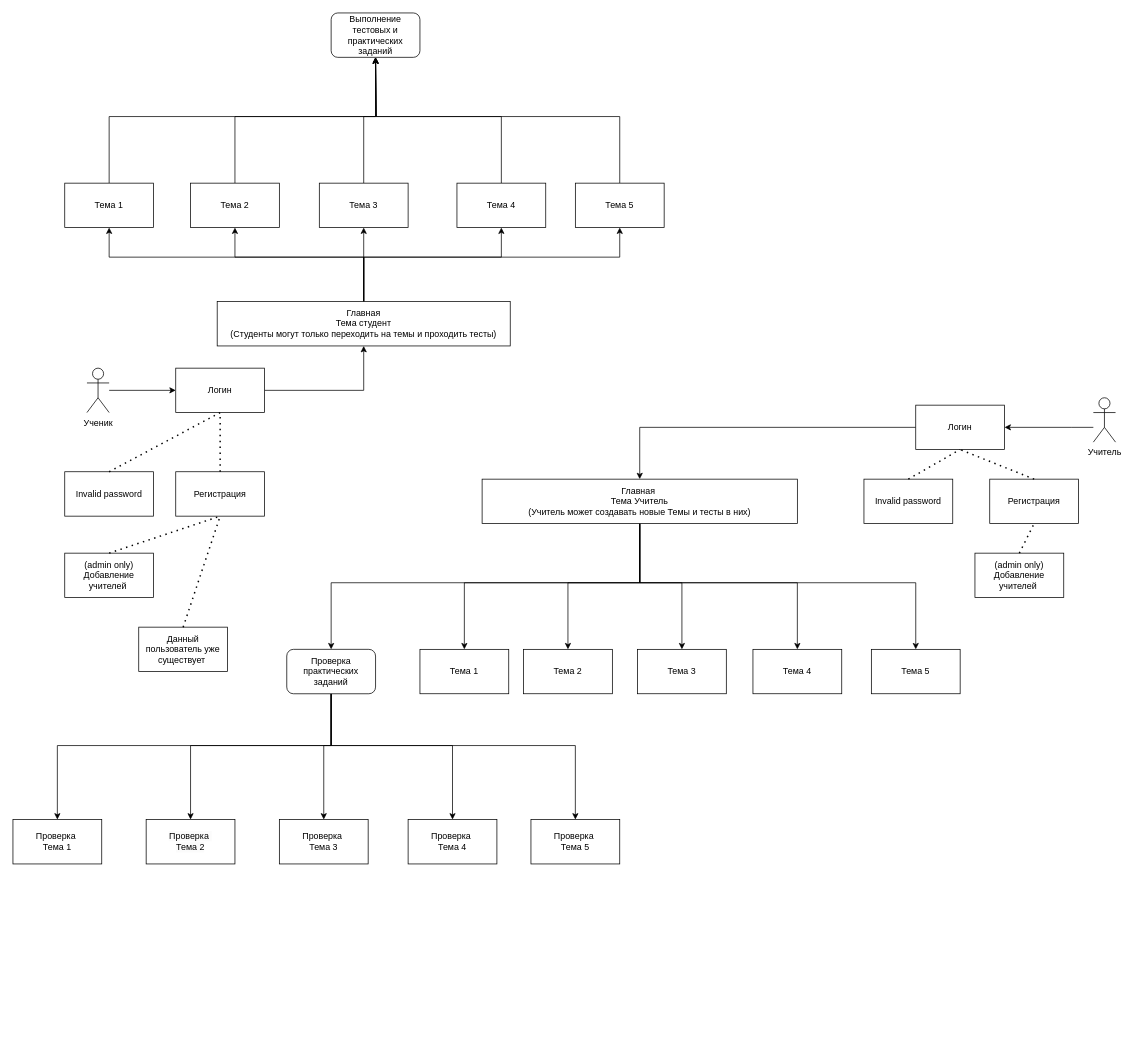
Above: Диаграмма без названия.drawio in hellp31/Diplom (draw.io), before the change. Source tidied: cells renumbered, new cells numbered last; positions are measured from the earlier drawing's top-left corner, leaving out a move shared by most shapes. Both pictures are drawn from the tidied source at 74%, with x=0, y=0 at pixel (13, 13).
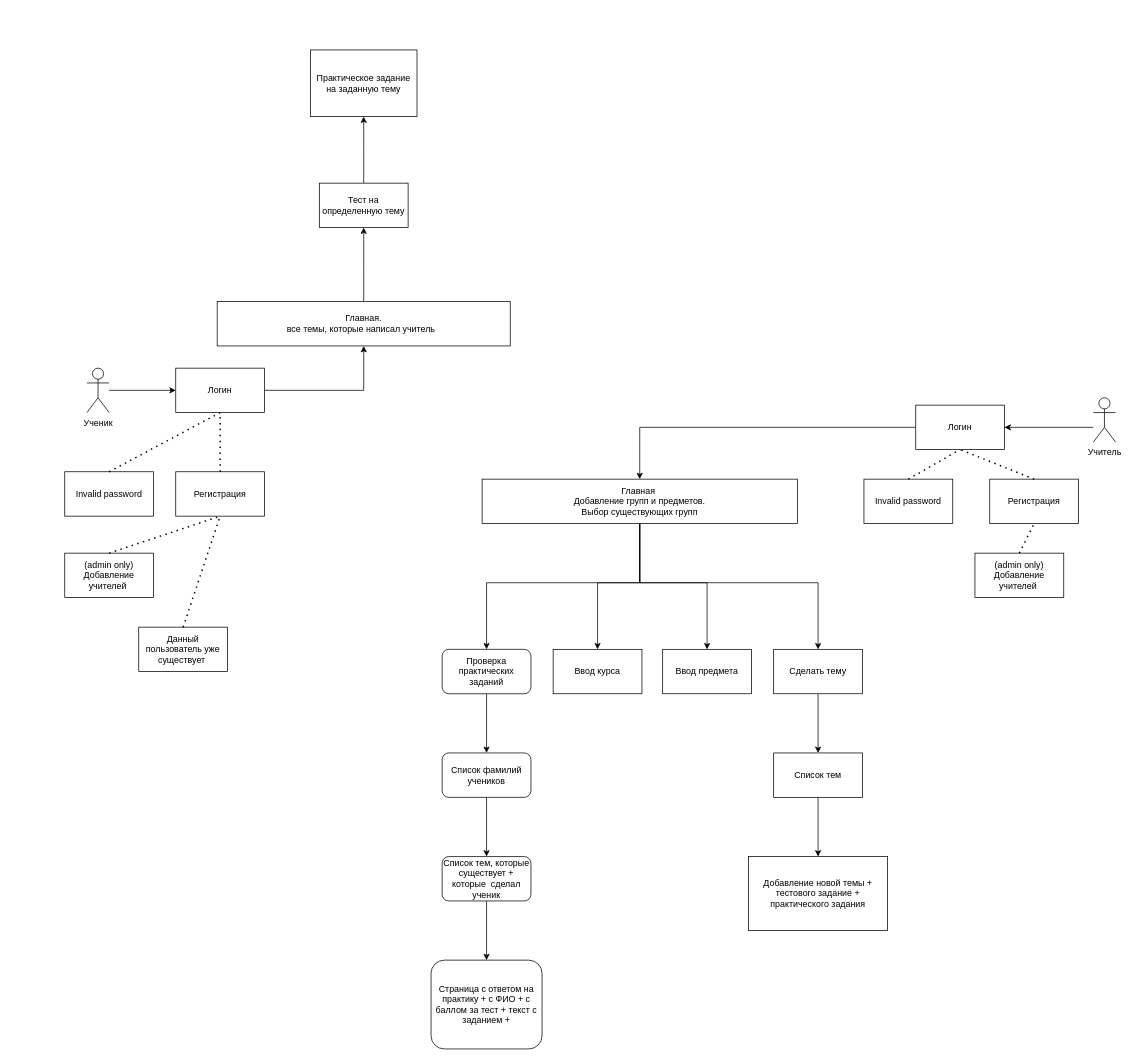
The same diagram, later.

Change to the diagram source:
```diff
@@
-    <mxCell id="7" style="edgeStyle=orthogonalEdgeStyle;rounded=0;jettySize=auto;html=1;entryX=0.5;entryY=1;entryDx=0;entryDy=0;" parent="1" edge="1" source="12" target="35">
-      <mxGeometry relative="1" as="geometry">
-        <Array as="points">
-          <mxPoint x="474" y="330" />
-          <mxPoint x="130" y="330" />
-        </Array>
-      </mxGeometry>
-    </mxCell>
-    <mxCell id="8" style="edgeStyle=orthogonalEdgeStyle;rounded=0;jettySize=auto;html=1;entryX=0.5;entryY=1;entryDx=0;entryDy=0;" parent="1" edge="1" source="12" target="33">
-      <mxGeometry relative="1" as="geometry">
-        <Array as="points">
-          <mxPoint x="474" y="330" />
-          <mxPoint x="300" y="330" />
-        </Array>
-      </mxGeometry>
-    </mxCell>
-    <mxCell id="9" style="edgeStyle=orthogonalEdgeStyle;rounded=0;jettySize=auto;html=1;exitX=0.5;exitY=0;exitDx=0;exitDy=0;entryX=0.5;entryY=1;entryDx=0;entryDy=0;" parent="1" edge="1" source="12" target="27">
-      <mxGeometry relative="1" as="geometry" />
+    <mxCell id="9" style="edgeStyle=orthogonalEdgeStyle;rounded=0;jettySize=auto;html=1;exitX=0.5;exitY=0;exitDx=0;exitDy=0;entryX=0.5;entryY=1;entryDx=0;entryDy=0;" parent="1" edge="1" source="12">
+      <mxGeometry relative="1" as="geometry">
+        <mxPoint x="474" y="290" as="targetPoint" />
+      </mxGeometry>
     </mxCell>
-    <mxCell id="10" style="edgeStyle=orthogonalEdgeStyle;rounded=0;jettySize=auto;html=1;entryX=0.5;entryY=1;entryDx=0;entryDy=0;" parent="1" edge="1" source="12" target="31">
-      <mxGeometry relative="1" as="geometry">
-        <Array as="points">
-          <mxPoint x="474" y="330" />
-          <mxPoint x="660" y="330" />
-        </Array>
-      </mxGeometry>
-    </mxCell>
-    <mxCell id="11" style="edgeStyle=orthogonalEdgeStyle;rounded=0;jettySize=auto;html=1;entryX=0.5;entryY=1;entryDx=0;entryDy=0;" parent="1" edge="1" source="12" target="29">
-      <mxGeometry relative="1" as="geometry">
-        <Array as="points">
-          <mxPoint x="474" y="330" />
-          <mxPoint x="820" y="330" />
-        </Array>
-      </mxGeometry>
-    </mxCell>
-    <mxCell id="12" value="&lt;div style=&quot;&quot;&gt;&lt;span style=&quot;background-color: initial;&quot;&gt;Главная&lt;/span&gt;&lt;/div&gt;&lt;div style=&quot;&quot;&gt;&lt;span style=&quot;background-color: initial;&quot;&gt;Тема студент&lt;/span&gt;&lt;/div&gt;&lt;div style=&quot;&quot;&gt;&lt;span style=&quot;background-color: initial;&quot;&gt;(Студенты могут только переходить на темы и проходить тесты)&lt;/span&gt;&lt;/div&gt;" style="rounded=0;whiteSpace=wrap;html=1;align=center;" parent="1" vertex="1">
+    <mxCell id="12" value="&lt;div style=&quot;&quot;&gt;&lt;span style=&quot;background-color: initial;&quot;&gt;Главная.&lt;/span&gt;&lt;/div&gt;&lt;div style=&quot;&quot;&gt;&lt;span style=&quot;background-color: initial;&quot;&gt;все темы, которые написал учитель&amp;nbsp;&amp;nbsp;&lt;/span&gt;&lt;/div&gt;" style="rounded=0;whiteSpace=wrap;html=1;align=center;" parent="1" vertex="1">
       <mxGeometry x="276" y="390" width="396" height="60" as="geometry" />
     </mxCell>
@@
-    <mxCell id="14" style="edgeStyle=orthogonalEdgeStyle;rounded=0;jettySize=auto;html=1;" parent="1" edge="1" source="20" target="25">
+    <mxCell id="14" style="edgeStyle=orthogonalEdgeStyle;rounded=0;jettySize=auto;html=1;entryX=0.5;entryY=0;entryDx=0;entryDy=0;" parent="1" edge="1" source="20" target="65">
       <mxGeometry relative="1" as="geometry">
         <Array as="points">
           <mxPoint x="847" y="770" />
-          <mxPoint x="610" y="770" />
+          <mxPoint x="790" y="770" />
         </Array>
       </mxGeometry>
     </mxCell>
-    <mxCell id="15" style="edgeStyle=orthogonalEdgeStyle;rounded=0;jettySize=auto;html=1;entryX=0.5;entryY=0;entryDx=0;entryDy=0;" parent="1" edge="1" source="20" target="24">
+    <mxCell id="15" style="edgeStyle=orthogonalEdgeStyle;rounded=0;jettySize=auto;html=1;entryX=0.5;entryY=0;entryDx=0;entryDy=0;" parent="1" edge="1" source="20" target="66">
       <mxGeometry relative="1" as="geometry">
         <Array as="points">
           <mxPoint x="847" y="770" />
-          <mxPoint x="750" y="770" />
+          <mxPoint x="938" y="770" />
         </Array>
       </mxGeometry>
     </mxCell>
-    <mxCell id="16" style="edgeStyle=orthogonalEdgeStyle;rounded=0;jettySize=auto;html=1;entryX=0.5;entryY=0;entryDx=0;entryDy=0;" parent="1" edge="1" source="20" target="21">
+    <mxCell id="16" style="edgeStyle=orthogonalEdgeStyle;rounded=0;jettySize=auto;html=1;entryX=0.5;entryY=0;entryDx=0;entryDy=0;" parent="1" edge="1" source="20" target="71">
       <mxGeometry relative="1" as="geometry">
         <Array as="points">
           <mxPoint x="847" y="770" />
-          <mxPoint x="904" y="770" />
+          <mxPoint x="1088" y="770" />
         </Array>
       </mxGeometry>
     </mxCell>
-    <mxCell id="17" style="edgeStyle=orthogonalEdgeStyle;rounded=0;jettySize=auto;html=1;entryX=0.5;entryY=0;entryDx=0;entryDy=0;" parent="1" edge="1" source="20" target="23">
-      <mxGeometry relative="1" as="geometry">
-        <Array as="points">
-          <mxPoint x="847" y="770" />
-          <mxPoint x="1060" y="770" />
-        </Array>
-      </mxGeometry>
-    </mxCell>
-    <mxCell id="18" style="edgeStyle=orthogonalEdgeStyle;rounded=0;jettySize=auto;html=1;entryX=0.5;entryY=0;entryDx=0;entryDy=0;" parent="1" edge="1" source="20" target="22">
-      <mxGeometry relative="1" as="geometry">
-        <Array as="points">
-          <mxPoint x="847" y="770" />
-          <mxPoint x="1220" y="770" />
-        </Array>
-      </mxGeometry>
-    </mxCell>
-    <mxCell id="19" style="edgeStyle=orthogonalEdgeStyle;rounded=0;jettySize=auto;html=1;entryX=0.5;entryY=0;entryDx=0;entryDy=0;" parent="1" edge="1" source="20" target="43">
+    <mxCell id="19" style="edgeStyle=orthogonalEdgeStyle;rounded=0;jettySize=auto;html=1;entryX=0.5;entryY=1;entryDx=0;entryDy=0;" parent="1" edge="1" source="20" target="43">
       <mxGeometry relative="1" as="geometry">
         <Array as="points">
           <mxPoint x="847" y="770" />
-          <mxPoint x="430" y="770" />
+          <mxPoint x="640" y="770" />
         </Array>
       </mxGeometry>
     </mxCell>
-    <mxCell id="20" value="Главная&amp;nbsp;&lt;div&gt;Тема Учитель&lt;/div&gt;&lt;div&gt;(Учитель может создавать новые Темы и тесты в них&lt;span style=&quot;background-color: initial;&quot;&gt;)&lt;/span&gt;&lt;/div&gt;" style="rounded=0;whiteSpace=wrap;html=1;" parent="1" vertex="1">
+    <mxCell id="20" value="Главная&amp;nbsp;&lt;div&gt;Добавление групп и предметов.&lt;br&gt;Выбор существующих групп&lt;/div&gt;" style="rounded=0;whiteSpace=wrap;html=1;" parent="1" vertex="1">
       <mxGeometry x="634" y="630" width="426" height="60" as="geometry" />
     </mxCell>
-    <mxCell id="21" value="Тема 3" style="whiteSpace=wrap;html=1;rounded=0;" parent="1" vertex="1">
-      <mxGeometry x="844" y="860" width="120" height="60" as="geometry" />
-    </mxCell>
-    <mxCell id="22" value="&lt;span style=&quot;background-color: initial;&quot;&gt;Тема 5&lt;/span&gt;" style="rounded=0;whiteSpace=wrap;html=1;" parent="1" vertex="1">
-      <mxGeometry x="1160" y="860" width="120" height="60" as="geometry" />
-    </mxCell>
-    <mxCell id="23" value="Тема 4" style="rounded=0;whiteSpace=wrap;html=1;" parent="1" vertex="1">
-      <mxGeometry x="1000" y="860" width="120" height="60" as="geometry" />
-    </mxCell>
-    <mxCell id="24" value="Тема 2" style="rounded=0;whiteSpace=wrap;html=1;" parent="1" vertex="1">
-      <mxGeometry x="690" y="860" width="120" height="60" as="geometry" />
-    </mxCell>
-    <mxCell id="25" value="Тема 1" style="rounded=0;whiteSpace=wrap;html=1;" parent="1" vertex="1">
-      <mxGeometry x="550" y="860" width="120" height="60" as="geometry" />
-    </mxCell>
-    <mxCell id="26" style="edgeStyle=orthogonalEdgeStyle;rounded=0;jettySize=auto;html=1;entryX=0.5;entryY=1;entryDx=0;entryDy=0;" parent="1" edge="1" source="27" target="44">
-      <mxGeometry relative="1" as="geometry">
-        <Array as="points">
-          <mxPoint x="474" y="140" />
-          <mxPoint x="490" y="140" />
-        </Array>
-      </mxGeometry>
-    </mxCell>
-    <mxCell id="27" value="Тема 3" style="whiteSpace=wrap;html=1;rounded=0;" parent="1" vertex="1">
-      <mxGeometry x="414" y="230" width="120" height="60" as="geometry" />
-    </mxCell>
-    <mxCell id="28" style="edgeStyle=orthogonalEdgeStyle;rounded=0;jettySize=auto;html=1;" parent="1" edge="1" source="29">
-      <mxGeometry relative="1" as="geometry">
-        <mxPoint x="490" y="60" as="targetPoint" />
-        <Array as="points">
-          <mxPoint x="820" y="140" />
-          <mxPoint x="491" y="140" />
-        </Array>
-      </mxGeometry>
-    </mxCell>
-    <mxCell id="29" value="&lt;span style=&quot;background-color: initial;&quot;&gt;Тема 5&lt;/span&gt;" style="rounded=0;whiteSpace=wrap;html=1;" parent="1" vertex="1">
-      <mxGeometry x="760" y="230" width="120" height="60" as="geometry" />
-    </mxCell>
-    <mxCell id="30" style="edgeStyle=orthogonalEdgeStyle;rounded=0;jettySize=auto;html=1;" parent="1" edge="1" source="31">
-      <mxGeometry relative="1" as="geometry">
-        <mxPoint x="490" y="60" as="targetPoint" />
-        <Array as="points">
-          <mxPoint x="660" y="140" />
-          <mxPoint x="491" y="140" />
-        </Array>
-      </mxGeometry>
-    </mxCell>
-    <mxCell id="31" value="Тема 4" style="rounded=0;whiteSpace=wrap;html=1;" parent="1" vertex="1">
-      <mxGeometry x="600" y="230" width="120" height="60" as="geometry" />
-    </mxCell>
-    <mxCell id="32" style="edgeStyle=orthogonalEdgeStyle;rounded=0;jettySize=auto;html=1;" parent="1" edge="1" source="33">
-      <mxGeometry relative="1" as="geometry">
-        <mxPoint x="490" y="60" as="targetPoint" />
-        <Array as="points">
-          <mxPoint x="300" y="140" />
-          <mxPoint x="491" y="140" />
-        </Array>
-      </mxGeometry>
-    </mxCell>
-    <mxCell id="33" value="Тема 2" style="rounded=0;whiteSpace=wrap;html=1;" parent="1" vertex="1">
-      <mxGeometry x="240" y="230" width="120" height="60" as="geometry" />
-    </mxCell>
-    <mxCell id="34" style="edgeStyle=orthogonalEdgeStyle;rounded=0;jettySize=auto;html=1;" parent="1" edge="1" source="35" target="44">
-      <mxGeometry relative="1" as="geometry">
-        <Array as="points">
-          <mxPoint x="130" y="140" />
-          <mxPoint x="490" y="140" />
-        </Array>
-      </mxGeometry>
-    </mxCell>
-    <mxCell id="35" value="Тема 1" style="rounded=0;whiteSpace=wrap;html=1;" parent="1" vertex="1">
-      <mxGeometry x="70" y="230" width="120" height="60" as="geometry" />
-    </mxCell>
@@
-    <mxCell id="38" style="edgeStyle=orthogonalEdgeStyle;rounded=0;jettySize=auto;html=1;entryX=0.5;entryY=0;entryDx=0;entryDy=0;" parent="1" edge="1" source="43" target="59">
-      <mxGeometry relative="1" as="geometry">
-        <Array as="points">
-          <mxPoint x="430" y="990" />
-          <mxPoint x="60" y="990" />
-        </Array>
-      </mxGeometry>
-    </mxCell>
-    <mxCell id="39" style="edgeStyle=orthogonalEdgeStyle;rounded=0;jettySize=auto;html=1;" parent="1" edge="1" source="43" target="60">
-      <mxGeometry relative="1" as="geometry">
-        <Array as="points">
-          <mxPoint x="430" y="990" />
-          <mxPoint x="420" y="990" />
-        </Array>
-      </mxGeometry>
-    </mxCell>
-    <mxCell id="40" style="edgeStyle=orthogonalEdgeStyle;rounded=0;jettySize=auto;html=1;entryX=0.5;entryY=0;entryDx=0;entryDy=0;" parent="1" edge="1" source="43" target="62">
-      <mxGeometry relative="1" as="geometry">
-        <Array as="points">
-          <mxPoint x="430" y="990" />
-          <mxPoint x="240" y="990" />
-        </Array>
-      </mxGeometry>
-    </mxCell>
-    <mxCell id="41" style="edgeStyle=orthogonalEdgeStyle;rounded=0;jettySize=auto;html=1;entryX=0.5;entryY=0;entryDx=0;entryDy=0;" parent="1" edge="1" source="43" target="61">
-      <mxGeometry relative="1" as="geometry">
-        <Array as="points">
-          <mxPoint x="430" y="990" />
-          <mxPoint x="594" y="990" />
-        </Array>
-      </mxGeometry>
-    </mxCell>
-    <mxCell id="42" style="edgeStyle=orthogonalEdgeStyle;rounded=0;jettySize=auto;html=1;entryX=0.5;entryY=0;entryDx=0;entryDy=0;" parent="1" edge="1" source="43" target="63">
-      <mxGeometry relative="1" as="geometry">
-        <Array as="points">
-          <mxPoint x="430" y="990" />
-          <mxPoint x="760" y="990" />
-        </Array>
-      </mxGeometry>
-    </mxCell>
+    <mxCell id="64" style="edgeStyle=orthogonalEdgeStyle;rounded=0;jettySize=auto;html=1;" parent="1" edge="1" source="43" target="75">
+      <mxGeometry relative="1" as="geometry" />
+    </mxCell>
-    <mxCell id="43" value="Проверка практических заданий" style="rounded=1;whiteSpace=wrap;html=1;" parent="1" vertex="1">
-      <mxGeometry x="370" y="860" width="120" height="60" as="geometry" />
+    <mxCell id="43" value="Проверка практических заданий" style="rounded=1;whiteSpace=wrap;html=1;direction=west;" parent="1" vertex="1">
+      <mxGeometry x="580" y="860" width="120" height="60" as="geometry" />
     </mxCell>
-    <mxCell id="44" value="Выполнение тестовых и практических заданий" style="rounded=1;whiteSpace=wrap;html=1;" parent="1" vertex="1">
-      <mxGeometry x="430" width="120" height="60" as="geometry" />
-    </mxCell>
@@
-    <mxCell id="59" value="Проверка&amp;nbsp;&lt;br&gt;Тема 1" style="rounded=0;whiteSpace=wrap;html=1;" parent="1" vertex="1">
-      <mxGeometry y="1090" width="120" height="60" as="geometry" />
-    </mxCell>
-    <mxCell id="60" value="Проверка&amp;nbsp;&lt;br&gt;Тема 3" style="rounded=0;whiteSpace=wrap;html=1;" parent="1" vertex="1">
-      <mxGeometry x="360" y="1090" width="120" height="60" as="geometry" />
-    </mxCell>
-    <mxCell id="61" value="Проверка&amp;nbsp;&lt;br&gt;Тема 4" style="rounded=0;whiteSpace=wrap;html=1;" parent="1" vertex="1">
-      <mxGeometry x="534" y="1090" width="120" height="60" as="geometry" />
-    </mxCell>
-    <mxCell id="62" value="&lt;br&gt;&lt;span style=&quot;color: rgb(0, 0, 0); font-family: Helvetica; font-size: 12px; font-style: normal; font-variant-ligatures: normal; font-variant-caps: normal; font-weight: 400; letter-spacing: normal; orphans: 2; text-align: center; text-indent: 0px; text-transform: none; widows: 2; word-spacing: 0px; -webkit-text-stroke-width: 0px; white-space: normal; background-color: rgb(251, 251, 251); text-decoration-thickness: initial; text-decoration-style: initial; text-decoration-color: initial; display: inline !important; float: none;&quot;&gt;Проверка&amp;nbsp;&lt;/span&gt;&lt;br style=&quot;forced-color-adjust: none; color: rgb(0, 0, 0); font-family: Helvetica; font-size: 12px; font-style: normal; font-variant-ligatures: normal; font-variant-caps: normal; font-weight: 400; letter-spacing: normal; orphans: 2; text-align: center; text-indent: 0px; text-transform: none; widows: 2; word-spacing: 0px; -webkit-text-stroke-width: 0px; white-space: normal; background-color: rgb(251, 251, 251); text-decoration-thickness: initial; text-decoration-style: initial; text-decoration-color: initial;&quot;&gt;&lt;span style=&quot;color: rgb(0, 0, 0); font-family: Helvetica; font-size: 12px; font-style: normal; font-variant-ligatures: normal; font-variant-caps: normal; font-weight: 400; letter-spacing: normal; orphans: 2; text-align: center; text-indent: 0px; text-transform: none; widows: 2; word-spacing: 0px; -webkit-text-stroke-width: 0px; white-space: normal; background-color: rgb(251, 251, 251); text-decoration-thickness: initial; text-decoration-style: initial; text-decoration-color: initial; display: inline !important; float: none;&quot;&gt;Тема 2&lt;/span&gt;&lt;div&gt;&lt;br/&gt;&lt;/div&gt;" style="rounded=0;whiteSpace=wrap;html=1;" parent="1" vertex="1">
-      <mxGeometry x="180" y="1090" width="120" height="60" as="geometry" />
-    </mxCell>
-    <mxCell id="63" value="Проверка&amp;nbsp;&lt;br&gt;Тема 5" style="rounded=0;whiteSpace=wrap;html=1;" parent="1" vertex="1">
-      <mxGeometry x="700" y="1090" width="120" height="60" as="geometry" />
-    </mxCell>
+    <mxCell id="65" value="Ввод курса" style="rounded=0;whiteSpace=wrap;html=1;" parent="1" vertex="1">
+      <mxGeometry x="730" y="860" width="120" height="60" as="geometry" />
+    </mxCell>
+    <mxCell id="66" value="Ввод предмета" style="rounded=0;whiteSpace=wrap;html=1;" parent="1" vertex="1">
+      <mxGeometry x="878" y="860" width="120" height="60" as="geometry" />
+    </mxCell>
+    <mxCell id="67" style="edgeStyle=orthogonalEdgeStyle;rounded=0;jettySize=auto;html=1;exitX=0.5;exitY=0;exitDx=0;exitDy=0;" parent="1" edge="1" source="68">
+      <mxGeometry relative="1" as="geometry">
+        <mxPoint x="474" y="140" as="targetPoint" />
+      </mxGeometry>
+    </mxCell>
+    <mxCell id="68" value="Тест на определенную тему" style="rounded=0;whiteSpace=wrap;html=1;" parent="1" vertex="1">
+      <mxGeometry x="414" y="230" width="120" height="60" as="geometry" />
+    </mxCell>
+    <mxCell id="69" value="Практическое задание на заданную тему" style="rounded=0;whiteSpace=wrap;html=1;" parent="1" vertex="1">
+      <mxGeometry x="402" y="50" width="144" height="90" as="geometry" />
+    </mxCell>
+    <mxCell id="70" style="edgeStyle=orthogonalEdgeStyle;rounded=0;jettySize=auto;html=1;" parent="1" edge="1" source="71" target="73">
+      <mxGeometry relative="1" as="geometry" />
+    </mxCell>
+    <mxCell id="71" value="Сделать тему" style="rounded=0;whiteSpace=wrap;html=1;" parent="1" vertex="1">
+      <mxGeometry x="1028" y="860" width="120" height="60" as="geometry" />
+    </mxCell>
+    <mxCell id="72" style="edgeStyle=orthogonalEdgeStyle;rounded=0;jettySize=auto;html=1;" parent="1" edge="1" source="73" target="76">
+      <mxGeometry relative="1" as="geometry" />
+    </mxCell>
+    <mxCell id="73" value="Список тем" style="whiteSpace=wrap;html=1;rounded=0;" parent="1" vertex="1">
+      <mxGeometry x="1028" y="1000" width="120" height="60" as="geometry" />
+    </mxCell>
+    <mxCell id="74" style="edgeStyle=orthogonalEdgeStyle;rounded=0;jettySize=auto;html=1;" parent="1" edge="1" source="75" target="78">
+      <mxGeometry relative="1" as="geometry" />
+    </mxCell>
+    <mxCell id="75" value="Список фамилий учеников" style="whiteSpace=wrap;html=1;rounded=1;" parent="1" vertex="1">
+      <mxGeometry x="580" y="1000" width="120" height="60" as="geometry" />
+    </mxCell>
+    <mxCell id="76" value="Добавление новой темы + тестового задание + практического задания" style="whiteSpace=wrap;html=1;rounded=0;" parent="1" vertex="1">
+      <mxGeometry x="994" y="1140" width="188" height="100" as="geometry" />
+    </mxCell>
+    <mxCell id="77" style="edgeStyle=orthogonalEdgeStyle;rounded=0;jettySize=auto;html=1;" parent="1" edge="1" source="78" target="79">
+      <mxGeometry relative="1" as="geometry" />
+    </mxCell>
+    <mxCell id="78" value="Список тем, которые существует + которые&amp;nbsp; сделал ученик" style="whiteSpace=wrap;html=1;rounded=1;" parent="1" vertex="1">
+      <mxGeometry x="580" y="1140" width="120" height="60" as="geometry" />
+    </mxCell>
+    <mxCell id="79" value="Страница с ответом на практику + с ФИО + с баллом за тест + текст с заданием +" style="whiteSpace=wrap;html=1;rounded=1;" parent="1" vertex="1">
+      <mxGeometry x="565" y="1280" width="150" height="120" as="geometry" />
+    </mxCell>
```
